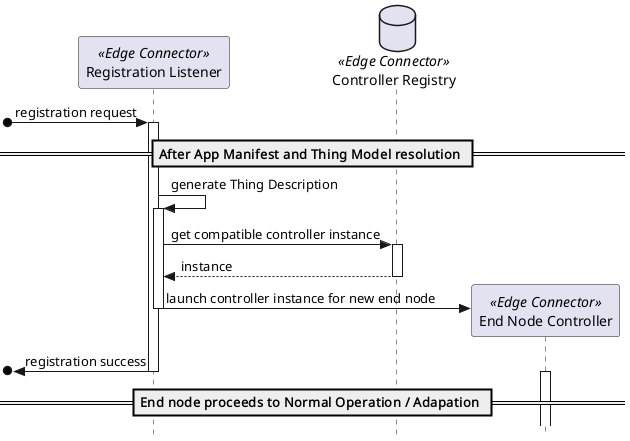
Before: uml/Sequence/registration-edge-node-detailed.png, a diagram exported from PlantUML (les2feup/CityLink). Its diagram source:
```plantuml
@startuml
skinparam style strictuml

participant "Registration Listener" as listener <<Edge Connector>>
database "Controller Registry" as registry <<Edge Connector>>
participant "End Node Controller" as controller <<Edge Connector>>

[o-> listener: registration request
activate listener

== After App Manifest and Thing Model resolution ==

listener -> listener: generate Thing Description
activate listener

listener -> registry: get compatible controller instance
activate registry
return instance

create controller
listener -> controller: launch controller instance for new end node

deactivate listener
[o<- listener: registration success
deactivate listener
activate controller

== End node proceeds to Normal Operation / Adapation ==

@enduml
```
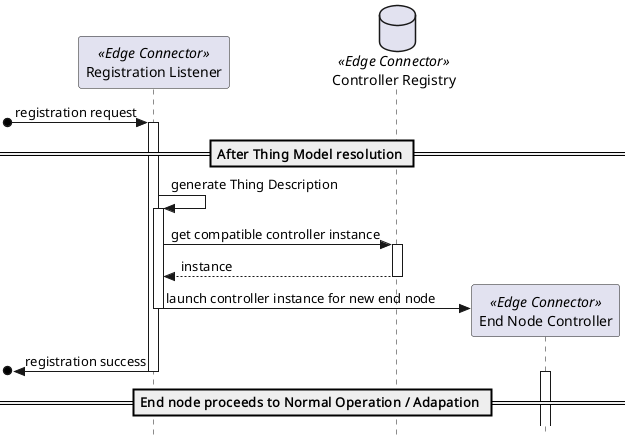
Later version of the same file.

Diff of the diagram source:
```diff
@@ -8,7 +8,7 @@
 [o-> listener: registration request
 activate listener
 
-== After App Manifest and Thing Model resolution ==
+== After Thing Model resolution ==
 
 listener -> listener: generate Thing Description
 activate listener
```
